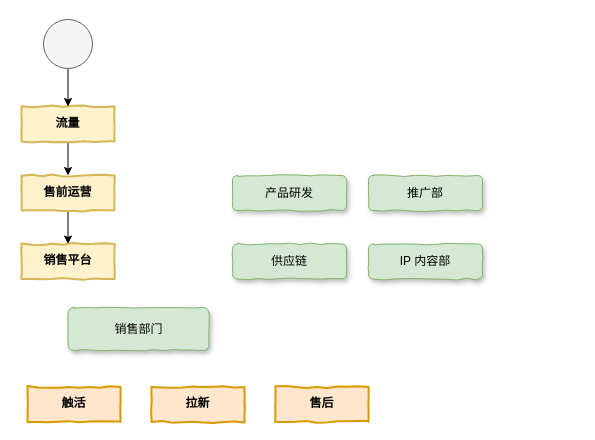
chenyz/EGOTableViewPullRefresh keeps this draw.io diagram as 洋葱结构梳理.drawio. Above is the earlier version. Source tidied: cells renumbered, new cells numbered last; positions are measured from the earlier drawing's top-left corner, leaving out a move shared by most shapes. Both pictures are drawn from the tidied source at 100%, with x=0, y=0 at pixel (21, 19).
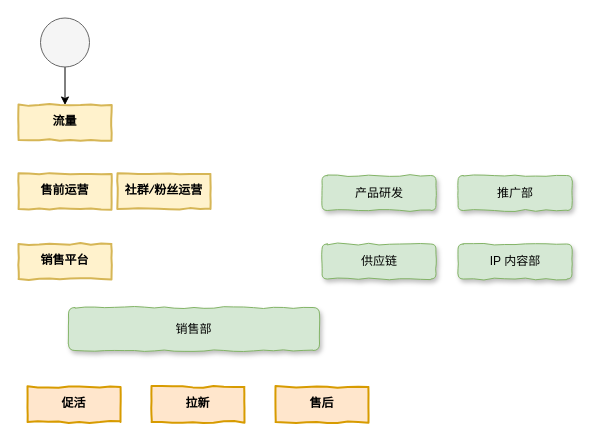
Above is the later version.

Commit message (it also covers changes not shown here):
更新洋葱结构梳理.drawio

Change to the diagram source:
```diff
@@
 <mxGraphModel>
   <root>
     <mxCell id="0" />
     <mxCell id="1" parent="0" />
-    <mxCell id="2" value="销售部门" style="rounded=1;whiteSpace=wrap;html=1;shadow=1;comic=1;fillColor=#d5e8d4;strokeColor=#82b366;" parent="1" vertex="1">
-      <mxGeometry x="46.5" y="288" width="141" height="43" as="geometry" />
+    <mxCell id="2" value="销售部" style="rounded=1;whiteSpace=wrap;html=1;shadow=1;comic=1;fillColor=#d5e8d4;strokeColor=#82b366;" parent="1" vertex="1">
+      <mxGeometry x="47" y="288" width="251" height="43" as="geometry" />
     </mxCell>
     <mxCell id="3" value="供应链" style="rounded=1;whiteSpace=wrap;html=1;shadow=1;comic=1;fillColor=#d5e8d4;strokeColor=#82b366;" parent="1" vertex="1">
-      <mxGeometry x="211" y="224.5" width="114" height="35" as="geometry" />
+      <mxGeometry x="300.5" y="224.5" width="114" height="35" as="geometry" />
     </mxCell>
     <mxCell id="4" value="推广部" style="rounded=1;whiteSpace=wrap;html=1;shadow=1;comic=1;fillColor=#d5e8d4;strokeColor=#82b366;" parent="1" vertex="1">
-      <mxGeometry x="347" y="156" width="114" height="35" as="geometry" />
+      <mxGeometry x="436.5" y="156" width="114" height="35" as="geometry" />
     </mxCell>
     <mxCell id="5" value="IP 内容部" style="rounded=1;whiteSpace=wrap;html=1;shadow=1;comic=1;fillColor=#d5e8d4;strokeColor=#82b366;" parent="1" vertex="1">
-      <mxGeometry x="347" y="224.5" width="114" height="35" as="geometry" />
+      <mxGeometry x="436.5" y="224.5" width="114" height="35" as="geometry" />
     </mxCell>
-    <mxCell id="6" style="edgeStyle=orthogonalEdgeStyle;rounded=0;jettySize=auto;html=1;exitX=0.5;exitY=1;exitDx=0;exitDy=0;entryX=0.5;entryY=0;entryDx=0;entryDy=0;" parent="1" edge="1" source="7" target="9">
-      <mxGeometry relative="1" as="geometry" />
-    </mxCell>
     <mxCell id="7" value="流量" style="html=1;whiteSpace=wrap;comic=1;strokeWidth=2;fontFamily=Comic Sans MS;fontStyle=1;fillColor=#fff2cc;strokeColor=#d6b656;" parent="1" vertex="1">
-      <mxGeometry y="87" width="93" height="35" as="geometry" />
+      <mxGeometry x="-3" y="85.5" width="93" height="35" as="geometry" />
     </mxCell>
-    <mxCell id="8" style="edgeStyle=orthogonalEdgeStyle;rounded=0;jettySize=auto;html=1;exitX=0.5;exitY=1;exitDx=0;exitDy=0;entryX=0.5;entryY=0;entryDx=0;entryDy=0;" parent="1" edge="1" source="9" target="10">
-      <mxGeometry relative="1" as="geometry" />
-    </mxCell>
     <mxCell id="9" value="售前运营" style="html=1;whiteSpace=wrap;comic=1;strokeWidth=2;fontFamily=Comic Sans MS;fontStyle=1;fillColor=#fff2cc;strokeColor=#d6b656;" parent="1" vertex="1">
-      <mxGeometry y="156" width="93" height="35" as="geometry" />
+      <mxGeometry x="-3" y="154.5" width="93" height="35" as="geometry" />
     </mxCell>
     <mxCell id="10" value="销售平台" style="html=1;whiteSpace=wrap;comic=1;strokeWidth=2;fontFamily=Comic Sans MS;fontStyle=1;fillColor=#fff2cc;strokeColor=#d6b656;" parent="1" vertex="1">
-      <mxGeometry y="224.5" width="93" height="35" as="geometry" />
+      <mxGeometry x="-3" y="224.5" width="93" height="35" as="geometry" />
     </mxCell>
-    <mxCell id="11" value="触活" style="html=1;whiteSpace=wrap;comic=1;strokeWidth=2;fontFamily=Comic Sans MS;fontStyle=1;fillColor=#ffe6cc;strokeColor=#d79b00;" parent="1" vertex="1">
+    <mxCell id="11" value="促活" style="html=1;whiteSpace=wrap;comic=1;strokeWidth=2;fontFamily=Comic Sans MS;fontStyle=1;fillColor=#ffe6cc;strokeColor=#d79b00;" parent="1" vertex="1">
       <mxGeometry x="6" y="367.5" width="93" height="35" as="geometry" />
     </mxCell>
     <mxCell id="12" value="拉新" style="html=1;whiteSpace=wrap;comic=1;strokeWidth=2;fontFamily=Comic Sans MS;fontStyle=1;fillColor=#ffe6cc;strokeColor=#d79b00;" parent="1" vertex="1">
       <mxGeometry x="130" y="367.5" width="93" height="35" as="geometry" />
     </mxCell>
     <mxCell id="13" value="产品研发" style="rounded=1;whiteSpace=wrap;html=1;shadow=1;comic=1;fillColor=#d5e8d4;strokeColor=#82b366;" parent="1" vertex="1">
-      <mxGeometry x="211" y="156" width="114" height="35" as="geometry" />
+      <mxGeometry x="300.5" y="156" width="114" height="35" as="geometry" />
     </mxCell>
     <mxCell id="14" style="edgeStyle=orthogonalEdgeStyle;rounded=0;jettySize=auto;html=1;exitX=0.5;exitY=1;exitDx=0;exitDy=0;entryX=0.5;entryY=0;entryDx=0;entryDy=0;" parent="1" edge="1" source="15" target="7">
       <mxGeometry relative="1" as="geometry" />
     </mxCell>
     <mxCell id="15" style="ellipse;whiteSpace=wrap;html=1;fillColor=#f5f5f5;strokeColor=#666666;fontColor=#333333;" parent="1" vertex="1">
-      <mxGeometry x="22" width="49" height="49" as="geometry" />
+      <mxGeometry x="19" y="-1.5" width="49" height="49" as="geometry" />
     </mxCell>
     <mxCell id="16" value="售后" style="html=1;whiteSpace=wrap;comic=1;strokeWidth=2;fontFamily=Comic Sans MS;fontStyle=1;fillColor=#ffe6cc;strokeColor=#d79b00;" parent="1" vertex="1">
       <mxGeometry x="254" y="367.5" width="93" height="35" as="geometry" />
     </mxCell>
+    <mxCell id="17" value="社群/粉丝运营" style="html=1;whiteSpace=wrap;comic=1;strokeWidth=2;fontFamily=Comic Sans MS;fontStyle=1;fillColor=#fff2cc;strokeColor=#d6b656;" parent="1" vertex="1">
+      <mxGeometry x="96" y="154.5" width="93" height="35" as="geometry" />
+    </mxCell>
   </root>
 </mxGraphModel>
```
